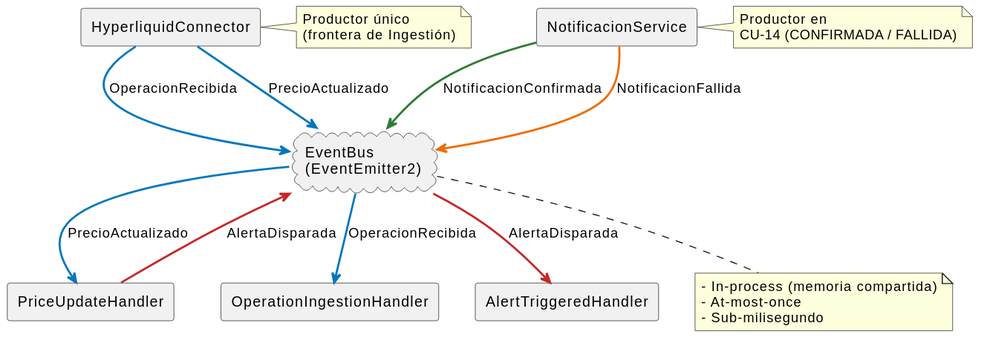
The PlantUML diagram imagenes/capitulo3/diseno-eventos.svg in nekiiiiis/tfg, before a commit.
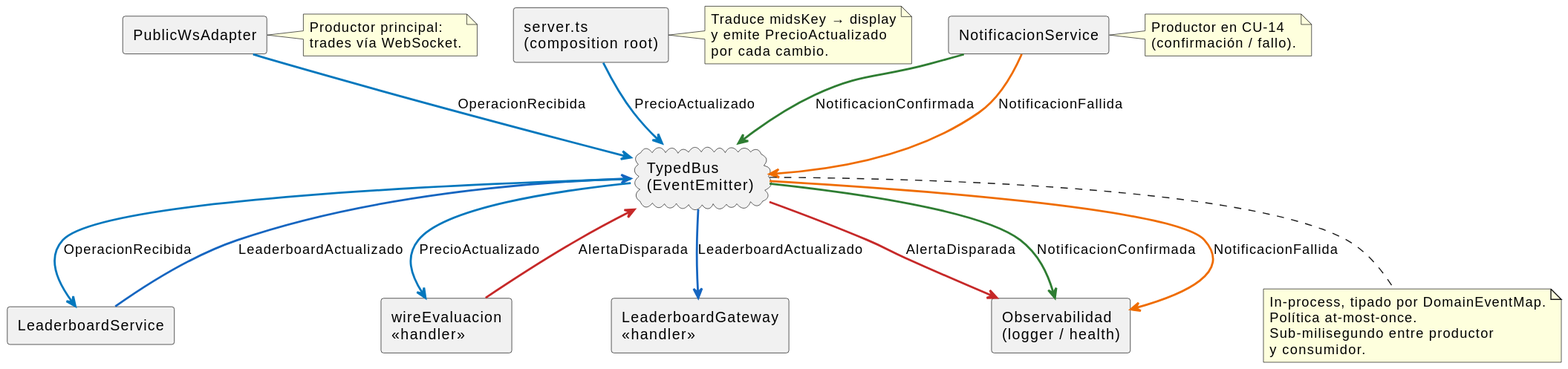
After the commit.

What changed in the source:
```diff
@@ -3,37 +3,50 @@
 skinparam componentStyle rectangle
 hide stereotype
 
-[HyperliquidConnector] as HLC
-[OperationIngestionHandler] as OIH
-[PriceUpdateHandler] as PUH
-[AlertTriggeredHandler] as ATH
+[PublicWsAdapter] as HLC
+[LeaderboardService] as LS
+[server.ts\n(composition root)] as ROOT
+[wireEvaluacion\n<<handler>>] as EV
+[LeaderboardGateway\n<<handler>>] as GW
 [NotificacionService] as NS
+[Observabilidad\n(logger / health)] as OBS
 
-cloud "EventBus\n(EventEmitter2)" as BUS
+cloud "TypedBus\n(EventEmitter)" as BUS
 
 HLC -[#0277BD,bold]-> BUS : OperacionRecibida
-HLC -[#0277BD,bold]-> BUS : PrecioActualizado
-PUH -[#C62828,bold]-> BUS : AlertaDisparada
-NS  -[#2E7D32,bold]-> BUS : NotificacionConfirmada
-NS  -[#EF6C00,bold]-> BUS : NotificacionFallida
+ROOT -[#0277BD,bold]-> BUS : PrecioActualizado
+LS -[#1565C0,bold]-> BUS : LeaderboardActualizado
+EV -[#C62828,bold]-> BUS : AlertaDisparada
+NS -[#2E7D32,bold]-> BUS : NotificacionConfirmada
+NS -[#EF6C00,bold]-> BUS : NotificacionFallida
 
-BUS -[#0277BD,bold]-> OIH : OperacionRecibida
-BUS -[#0277BD,bold]-> PUH : PrecioActualizado
-BUS -[#C62828,bold]-> ATH : AlertaDisparada
+BUS -[#0277BD,bold]-> LS : OperacionRecibida
+BUS -[#0277BD,bold]-> EV : PrecioActualizado
+BUS -[#1565C0,bold]-> GW : LeaderboardActualizado
+BUS -[#C62828,bold]-> OBS : AlertaDisparada
+BUS -[#2E7D32,bold]-> OBS : NotificacionConfirmada
+BUS -[#EF6C00,bold]-> OBS : NotificacionFallida
 
 note bottom of BUS
-  - In-process (memoria compartida)
-  - At-most-once
-  - Sub-milisegundo
+  In-process, tipado por DomainEventMap.
+  Política at-most-once.
+  Sub-milisegundo entre productor
+  y consumidor.
 end note
 
 note right of HLC
-  Productor único
-  (frontera de Ingestión)
+  Productor principal:
+  trades vía WebSocket.
+end note
+
+note right of ROOT
+  Traduce midsKey → display
+  y emite PrecioActualizado
+  por cada cambio.
 end note
 
 note right of NS
-  Productor en
-  CU-14 (CONFIRMADA / FALLIDA)
+  Productor en CU-14
+  (confirmación / fallo).
 end note
 @enduml
```
